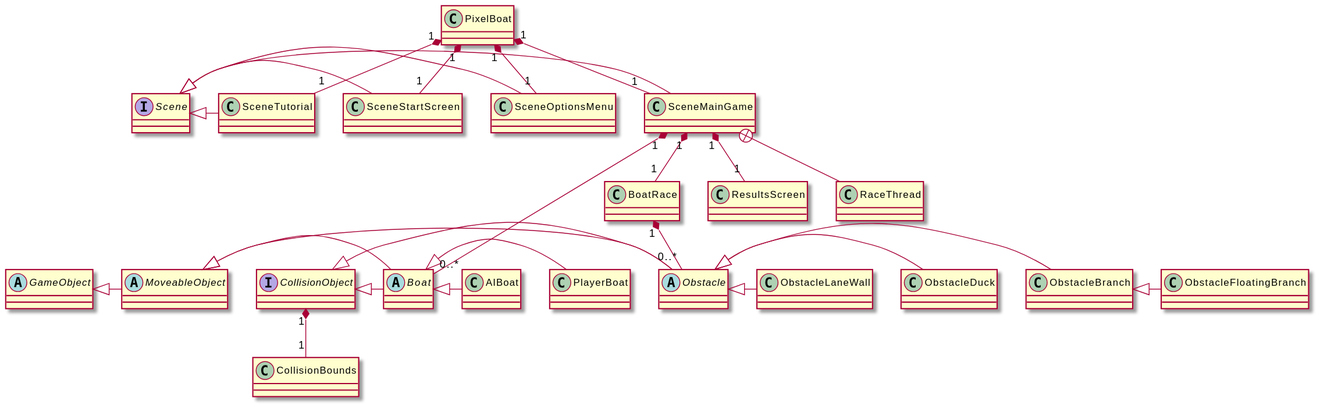
The PlantUML diagram UML/SVG/UML_abstract.svg in Frinksy/PixelBoatWebsite, before a commit.
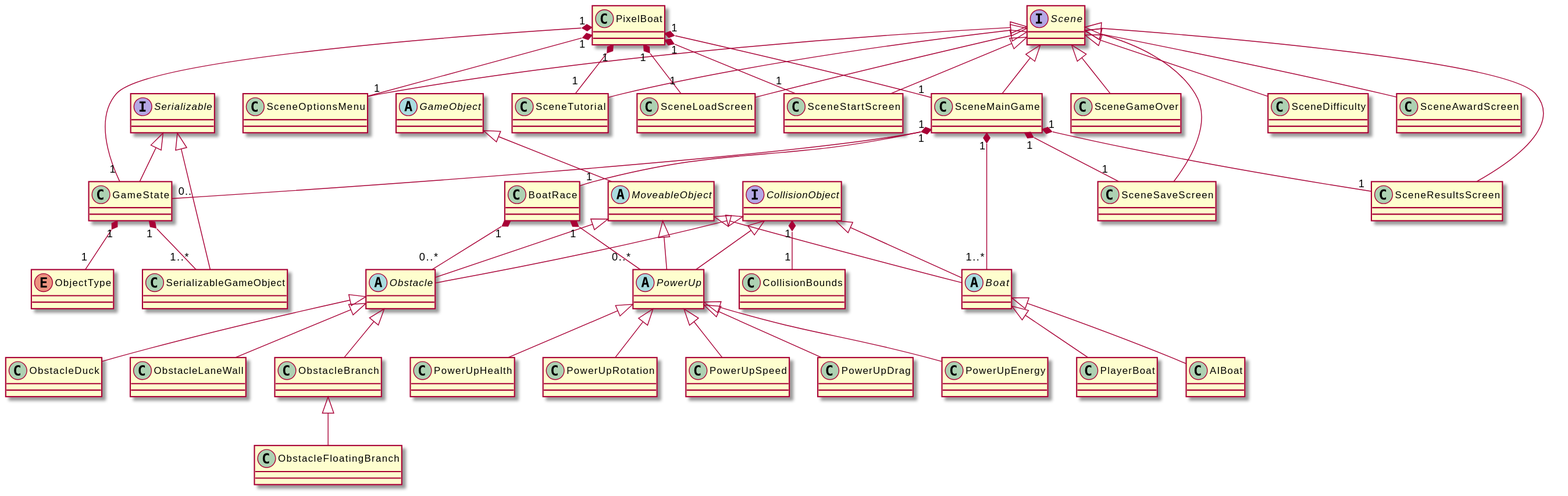
Above is the later version.

Change to the diagram source:
```diff
@@ -1,61 +1,98 @@
 @startuml
 class AIBoat
 abstract class Boat
+class GameState
 class BoatRace
 class CollisionBounds
 interface CollisionObject
 abstract class GameObject
 abstract class MoveableObject
 abstract class Obstacle
+abstract class PowerUp
+class PowerUpSpeed
+class PowerUpDrag
+class PowerUpEnergy
+class PowerUpHealth
+class PowerUpRotation
 class ObstacleBranch
 class ObstacleDuck
 class ObstacleFloatingBranch
 class ObstacleLaneWall
 class PixelBoat
 class PlayerBoat
-class ResultsScreen
 interface Scene
+class SceneDifficulty
 class SceneMainGame
 class SceneOptionsMenu
 class SceneStartScreen
 class SceneTutorial
-class RaceThread
+class SceneAwardScreen
+class SceneGameOver
+class SceneResultsScreen
+class SceneLoadScreen
+class SceneSaveScreen
+interface Serializable
+class GameState
+class SerializableGameObject
+enum ObjectType
 
 
+GameObject <|-- MoveableObject
 
-GameObject <|- MoveableObject
+MoveableObject <|-- Obstacle
+CollisionObject <|-- Obstacle
+Obstacle <|-- ObstacleBranch
+Obstacle <|-- ObstacleDuck
+ObstacleBranch <|-- ObstacleFloatingBranch
+Obstacle <|-- ObstacleLaneWall
 
-MoveableObject <|- Obstacle
-CollisionObject <|- Obstacle
-Obstacle <|- ObstacleBranch
-Obstacle <|- ObstacleDuck
-ObstacleBranch <|- ObstacleFloatingBranch
-Obstacle <|- ObstacleLaneWall
+MoveableObject <|-- PowerUp
+CollisionObject <|-- PowerUp
+PowerUp <|-- PowerUpEnergy
+PowerUp <|-- PowerUpSpeed
+PowerUp <|-- PowerUpRotation
+PowerUp <|-- PowerUpDrag
+PowerUp <|-- PowerUpHealth
 
-MoveableObject <|- Boat
-CollisionObject <|- Boat
-Boat <|- PlayerBoat
-Boat <|- AIBoat
+MoveableObject <|-- Boat
+CollisionObject <|-- Boat
+Boat <|-- PlayerBoat
+Boat <|-- AIBoat
 
-Scene <|- SceneMainGame
-Scene <|- SceneOptionsMenu
-Scene <|- SceneStartScreen
-Scene <|- SceneTutorial
+Scene <|-- SceneMainGame
+Scene <|-- SceneOptionsMenu
+Scene <|-- SceneStartScreen
+Scene <|-- SceneTutorial
+Scene <|-- SceneDifficulty
+Scene <|-- SceneAwardScreen
+Scene <|-- SceneGameOver
+Scene <|-- SceneResultsScreen
+Scene <|-- SceneLoadScreen
+Scene <|-- SceneSaveScreen
 
+Serializable <|-- GameState
+Serializable <|-- SerializableGameObject
 
 
 PixelBoat "1" *-- "1" SceneMainGame
 PixelBoat "1" *-- "1" SceneOptionsMenu
 PixelBoat "1" *-- "1" SceneStartScreen
 PixelBoat "1" *-- "1" SceneTutorial
+PixelBoat "1" *-- "1" SceneLoadScreen
+
+PixelBoat "1" *-- "1" GameState
 
 BoatRace "1" *-- "0..*" Obstacle
+BoatRace "1" *-- "0..*" PowerUp
 
 SceneMainGame "1" *-- "1" BoatRace
-SceneMainGame "1" *-- "1" ResultsScreen
-SceneMainGame "1" *-- "0..*" Boat
+SceneMainGame "1" *-- "1" SceneResultsScreen
+SceneMainGame "1" *-- "1..*" Boat
+SceneMainGame "1" *-- "0.." GameState
+SceneMainGame "1" *-- "1" SceneSaveScreen
 
-SceneMainGame +-- RaceThread
+GameState "1" *-- "1" ObjectType
+GameState "1" *-- "1..*" SerializableGameObject
 
 CollisionObject "1" *-- "1" CollisionBounds
 @enduml
```
